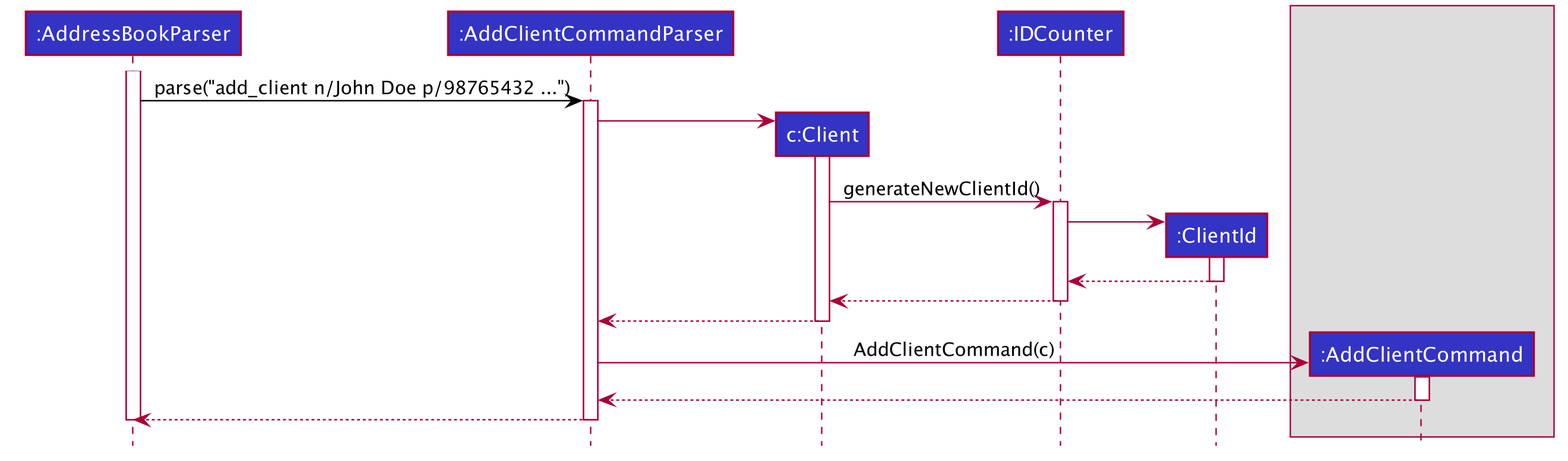
Before: docs/images/IDSequenceDiagram.png, a diagram exported from PlantUML (ya0-yuan/tp). The source it was exported from:
```plantuml
@startuml









skinparam BackgroundColor #FFFFFFF

skinparam Shadowing false

skinparam Class {
    FontColor #FFFFFF
    BorderThickness 1
    BorderColor #FFFFFF
    StereotypeFontColor #FFFFFF
    FontName Arial
}

skinparam Actor {
    BorderColor #000000
    Color #000000
    FontName Arial
}

skinparam Sequence {
    MessageAlign center
    BoxFontSize 15
    BoxPadding 0
    BoxFontColor #FFFFFF
    FontName Arial
}

skinparam Participant {
    FontColor #FFFFFFF
    Padding 20
}

skinparam MinClassWidth 50
skinparam ParticipantPadding 10
skinparam Shadowing false
skinparam DefaultTextAlignment center
skinparam packageStyle Rectangle

hide footbox
hide members
hide circle


Participant ":AddressBookParser" as logic #3333C4
Participant ":AddClientCommandParser" as parser #3333C4
Participant "c:Client" as client #3333C4
Participant ":IDCounter" as idCounter #3333C4
Participant ":ClientId" as Id #3333C4
box
Participant ":AddClientCommand" as command #3333C4
endbox

activate logic
logic -[#000000]> parser : parse("add_client n/John Doe p/98765432 ...")
activate parser

create client

parser -> client
activate client

client -> idCounter : generateNewClientId()
activate idCounter
create Id
idCounter -> Id
activate Id
Id --> idCounter
deactivate Id

idCounter --> client
deactivate idCounter

client --> parser
deactivate client

create command
parser -> command : AddClientCommand(c)

activate command
command --> parser
deactivate command

parser --> logic
deactivate parser
deactivate logic
@enduml
```
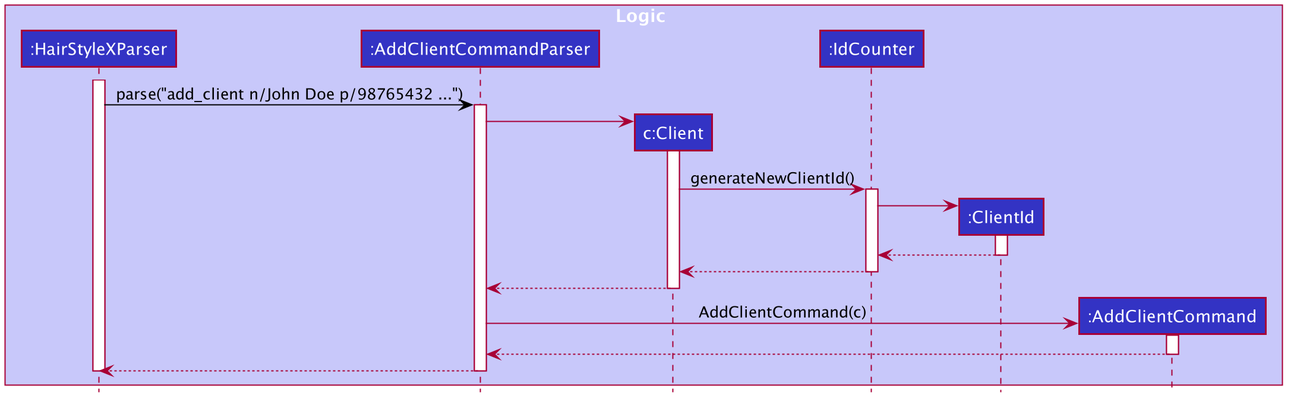
Later version of the same file.

The edit, as a diff of the source:
```diff
@@ -49,15 +49,14 @@
 hide members
 hide circle
 
-
-Participant ":AddressBookParser" as logic #3333C4
+box Logic #C8C8FA
+Participant ":HairStyleXParser" as logic #3333C4
 Participant ":AddClientCommandParser" as parser #3333C4
 Participant "c:Client" as client #3333C4
-Participant ":IDCounter" as idCounter #3333C4
+Participant ":IdCounter" as idCounter #3333C4
 Participant ":ClientId" as Id #3333C4
-box
 Participant ":AddClientCommand" as command #3333C4
-endbox
+end box
 
 activate logic
 logic -[#000000]> parser : parse("add_client n/John Doe p/98765432 ...")
```
